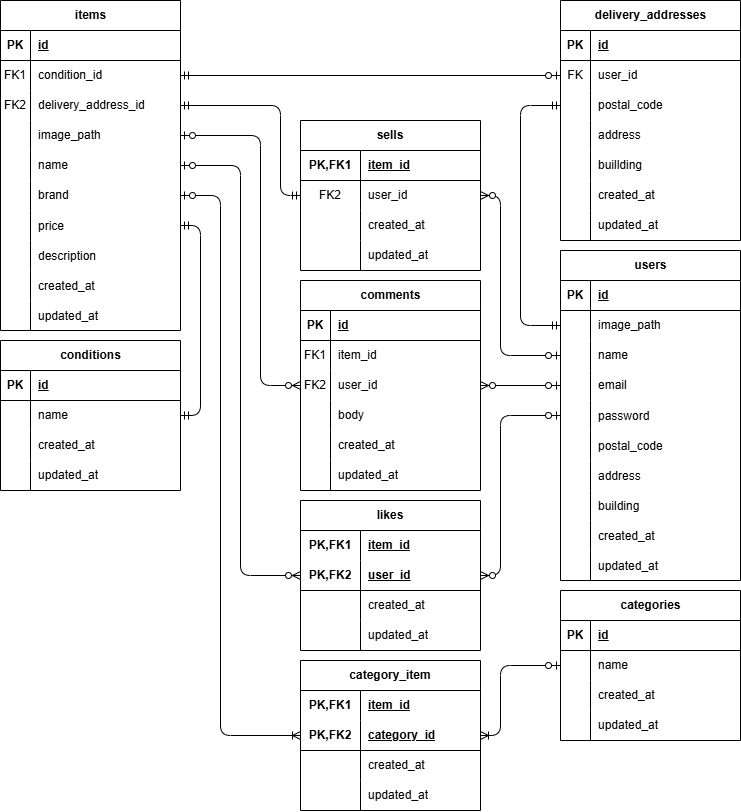
Above: docs/er-diagram.drawio.png in fujiwara-k0814/first-mock-project (draw.io), before the change. Source tidied: cells renumbered, new cells last; positions are measured from the earlier drawing's top-left corner, leaving out a move shared by most shapes.
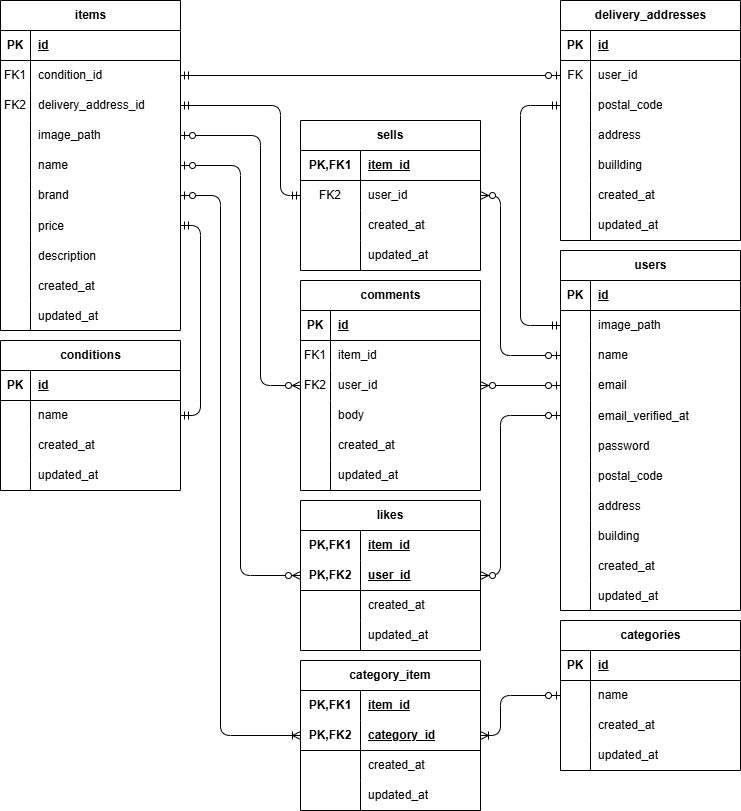
After the commit.

Diff of the diagram source:
```diff
@@ -135,7 +135,7 @@
       <mxGeometry x="60" width="120" height="30" as="geometry" />
     </mxCell>
     <mxCell id="46" value="categories" style="shape=table;startSize=30;rowLines=0;fontStyle=1;align=center;html=1;" parent="1" vertex="1">
-      <mxGeometry x="560" y="590" width="180" height="150" as="geometry" />
+      <mxGeometry x="560" y="620" width="180" height="150" as="geometry" />
     </mxCell>
     <mxCell id="47" style="shape=tableRow;horizontal=0;startSize=0;swimlaneHead=0;swimlaneBody=0;fillColor=none;top=0;left=0;right=0;bottom=1;" parent="46" vertex="1">
       <mxGeometry y="30" width="180" height="30" as="geometry" />
@@ -252,7 +252,7 @@
       <mxGeometry x="60" width="120" height="30" as="geometry" />
     </mxCell>
     <mxCell id="85" value="users" style="shape=table;startSize=30;rowLines=0;fontStyle=1;align=center;html=1;" parent="1" vertex="1">
-      <mxGeometry x="560" y="250" width="180" height="330" as="geometry" />
+      <mxGeometry x="560" y="250" width="180" height="360" as="geometry" />
     </mxCell>
     <mxCell id="86" style="shape=tableRow;horizontal=0;startSize=0;swimlaneHead=0;swimlaneBody=0;fillColor=none;top=0;left=0;right=0;bottom=1;" parent="85" vertex="1">
       <mxGeometry y="30" width="180" height="30" as="geometry" />
@@ -290,8 +290,17 @@
     <mxCell id="97" value="email" style="shape=partialRectangle;fillColor=none;top=0;left=0;bottom=0;right=0;align=left;spacingLeft=6;overflow=hidden;whiteSpace=wrap;html=1;" parent="95" vertex="1">
       <mxGeometry x="30" width="150" height="30" as="geometry" />
     </mxCell>
+    <mxCell id="181" style="shape=tableRow;horizontal=0;startSize=0;swimlaneHead=0;swimlaneBody=0;fillColor=none;points=[[0,0.5],[1,0.5]];portConstraint=eastwest;top=0;left=0;right=0;bottom=0;" parent="85" vertex="1">
+      <mxGeometry y="150" width="180" height="30" as="geometry" />
+    </mxCell>
+    <mxCell id="182" style="shape=partialRectangle;fillColor=none;top=0;left=0;bottom=0;right=0;overflow=hidden;" parent="181" vertex="1">
+      <mxGeometry width="30" height="30" as="geometry" />
+    </mxCell>
+    <mxCell id="183" value="email_verified_at" style="shape=partialRectangle;fillColor=none;top=0;left=0;bottom=0;right=0;align=left;spacingLeft=6;overflow=hidden;" parent="181" vertex="1">
+      <mxGeometry x="30" width="150" height="30" as="geometry" />
+    </mxCell>
     <mxCell id="98" style="shape=tableRow;horizontal=0;startSize=0;swimlaneHead=0;swimlaneBody=0;fillColor=none;points=[[0,0.5],[1,0.5]];portConstraint=eastwest;top=0;left=0;right=0;bottom=0;" parent="85" vertex="1">
-      <mxGeometry y="150" width="180" height="30" as="geometry" />
+      <mxGeometry y="180" width="180" height="30" as="geometry" />
     </mxCell>
     <mxCell id="99" style="shape=partialRectangle;fillColor=none;top=0;left=0;bottom=0;right=0;overflow=hidden;" parent="98" vertex="1">
       <mxGeometry width="30" height="30" as="geometry" />
@@ -300,7 +309,7 @@
       <mxGeometry x="30" width="150" height="30" as="geometry" />
     </mxCell>
     <mxCell id="101" style="shape=tableRow;horizontal=0;startSize=0;swimlaneHead=0;swimlaneBody=0;fillColor=none;top=0;left=0;right=0;bottom=0;" parent="85" vertex="1">
-      <mxGeometry y="180" width="180" height="30" as="geometry" />
+      <mxGeometry y="210" width="180" height="30" as="geometry" />
     </mxCell>
     <mxCell id="102" style="shape=partialRectangle;fillColor=none;top=0;left=0;bottom=0;right=0;overflow=hidden;" parent="101" vertex="1">
       <mxGeometry width="30" height="30" as="geometry" />
@@ -309,7 +318,7 @@
       <mxGeometry x="30" width="150" height="30" as="geometry" />
     </mxCell>
     <mxCell id="104" style="shape=tableRow;horizontal=0;startSize=0;swimlaneHead=0;swimlaneBody=0;fillColor=none;top=0;left=0;right=0;bottom=0;" parent="85" vertex="1">
-      <mxGeometry y="210" width="180" height="30" as="geometry" />
+      <mxGeometry y="240" width="180" height="30" as="geometry" />
     </mxCell>
     <mxCell id="105" style="shape=partialRectangle;fillColor=none;top=0;left=0;bottom=0;right=0;overflow=hidden;" parent="104" vertex="1">
       <mxGeometry width="30" height="30" as="geometry" />
@@ -318,7 +327,7 @@
       <mxGeometry x="30" width="150" height="30" as="geometry" />
     </mxCell>
     <mxCell id="107" style="shape=tableRow;horizontal=0;startSize=0;swimlaneHead=0;swimlaneBody=0;fillColor=none;top=0;left=0;right=0;bottom=0;" parent="85" vertex="1">
-      <mxGeometry y="240" width="180" height="30" as="geometry" />
+      <mxGeometry y="270" width="180" height="30" as="geometry" />
     </mxCell>
     <mxCell id="108" style="shape=partialRectangle;fillColor=none;top=0;left=0;bottom=0;right=0;overflow=hidden;" parent="107" vertex="1">
       <mxGeometry width="30" height="30" as="geometry" />
@@ -327,7 +336,7 @@
       <mxGeometry x="30" width="150" height="30" as="geometry" />
     </mxCell>
     <mxCell id="110" style="shape=tableRow;horizontal=0;startSize=0;swimlaneHead=0;swimlaneBody=0;fillColor=none;top=0;left=0;right=0;bottom=0;" parent="85" vertex="1">
-      <mxGeometry y="270" width="180" height="30" as="geometry" />
+      <mxGeometry y="300" width="180" height="30" as="geometry" />
     </mxCell>
     <mxCell id="111" style="shape=partialRectangle;fillColor=none;top=0;left=0;bottom=0;right=0;overflow=hidden;" parent="110" vertex="1">
       <mxGeometry width="30" height="30" as="geometry" />
@@ -336,7 +345,7 @@
       <mxGeometry x="30" width="150" height="30" as="geometry" />
     </mxCell>
     <mxCell id="113" style="shape=tableRow;horizontal=0;startSize=0;swimlaneHead=0;swimlaneBody=0;fillColor=none;top=0;left=0;right=0;bottom=0;" parent="85" vertex="1">
-      <mxGeometry y="300" width="180" height="30" as="geometry" />
+      <mxGeometry y="330" width="180" height="30" as="geometry" />
     </mxCell>
     <mxCell id="114" style="shape=partialRectangle;fillColor=none;top=0;left=0;bottom=0;right=0;overflow=hidden;" parent="113" vertex="1">
       <mxGeometry width="30" height="30" as="geometry" />
@@ -389,9 +398,10 @@
     <mxCell id="122" style="fontSize=12;html=1;endArrow=ERzeroToMany;startArrow=ERzeroToOne;exitX=0;exitY=0.5;exitDx=0;exitDy=0;entryX=1;entryY=0.5;entryDx=0;entryDy=0;" parent="1" edge="1" source="95" target="154">
       <mxGeometry relative="1" as="geometry" />
     </mxCell>
-    <mxCell id="123" style="edgeStyle=elbowEdgeStyle;fontSize=12;html=1;endArrow=ERzeroToMany;startArrow=ERzeroToOne;entryX=1;entryY=0.5;entryDx=0;entryDy=0;exitX=0;exitY=0.5;exitDx=0;exitDy=0;" parent="1" edge="1" source="98" target="76">
+    <mxCell id="123" style="edgeStyle=elbowEdgeStyle;fontSize=12;html=1;endArrow=ERzeroToMany;startArrow=ERzeroToOne;entryX=1;entryY=0.5;entryDx=0;entryDy=0;exitX=0;exitY=0.5;exitDx=0;exitDy=0;" parent="1" edge="1" source="181" target="76">
       <mxGeometry relative="1" as="geometry">
         <Array as="points">
+          <mxPoint x="500" y="500" />
           <mxPoint x="500" y="415" />
         </Array>
       </mxGeometry>
@@ -399,8 +409,7 @@
     <mxCell id="124" style="edgeStyle=elbowEdgeStyle;fontSize=12;html=1;endArrow=ERoneToMany;startArrow=ERzeroToOne;exitX=0;exitY=0.5;exitDx=0;exitDy=0;entryX=1;entryY=0.5;entryDx=0;entryDy=0;" parent="1" edge="1" source="50" target="37">
       <mxGeometry relative="1" as="geometry">
         <Array as="points">
-          <mxPoint x="500" y="670" />
-          <mxPoint x="510" y="740" />
+          <mxPoint x="500" y="710" />
         </Array>
       </mxGeometry>
     </mxCell>
```
